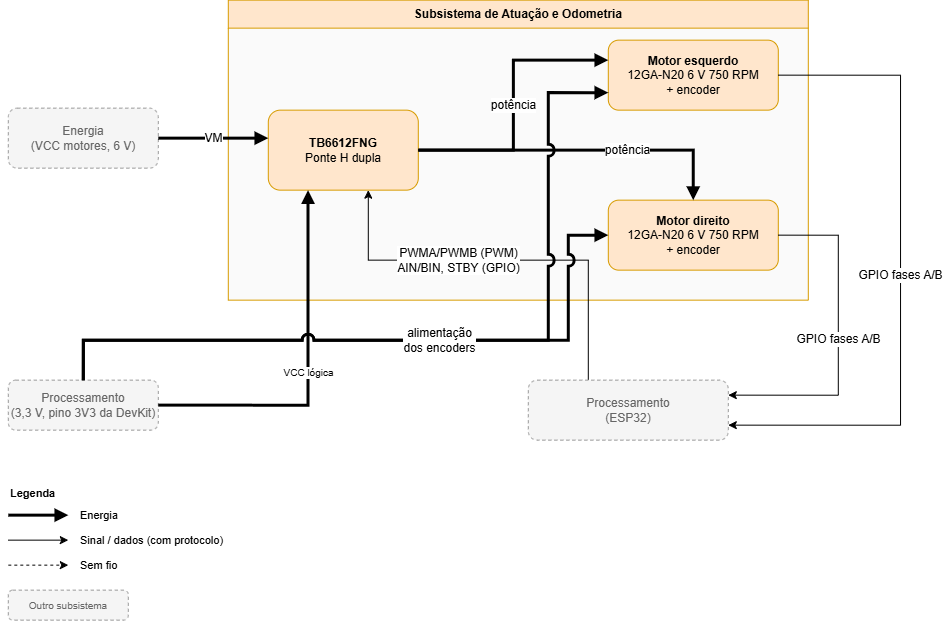
Above: hw/Placa de Integração/Diagrama de blocos/Diagrama de blocos-Atuação e Odometria.drawio.png in fcte-pi1/2026.2_PI1_Grupo2_Hilmer (draw.io), before the change. Source tidied: cells renumbered, new cells last; positions are measured from the earlier drawing's top-left corner, leaving out a move shared by most shapes.
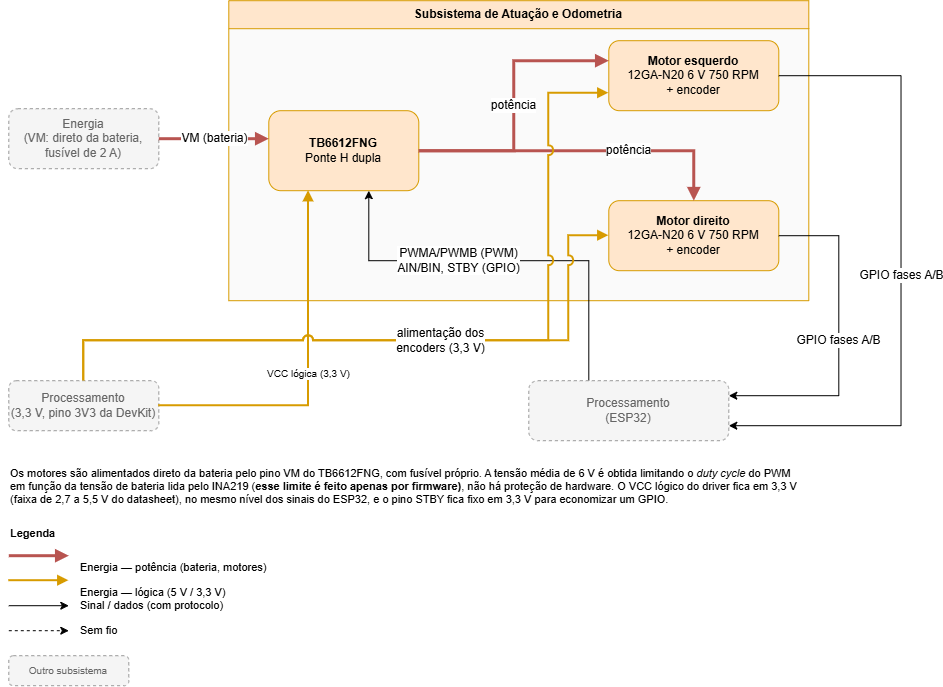
The same file after the commit.

Commit message:
[Hardware] Atualiza diagrama de blocos e projeto conceitual para a arquitetura de alimentação definida

What changed in the source:
```diff
@@ -23,7 +23,7 @@
         </Array>
       </mxGeometry>
     </mxCell>
-    <mxCell id="7" value="Energia&lt;br&gt;(VCC motores, 6 V)" style="rounded=1;whiteSpace=wrap;html=1;fillColor=#f5f5f5;strokeColor=#999999;dashed=1;fontColor=#666666;" parent="1" vertex="1">
+    <mxCell id="7" value="Energia&lt;br&gt;(VM: direto da bateria,&lt;br&gt;fusível de 2 A)" style="rounded=1;whiteSpace=wrap;html=1;fillColor=#f5f5f5;strokeColor=#999999;dashed=1;fontColor=#666666;" parent="1" vertex="1">
       <mxGeometry y="108" width="150" height="60" as="geometry" />
     </mxCell>
     <mxCell id="8" value="Processamento&lt;br&gt;(3,3 V, pino 3V3 da DevKit)" style="rounded=1;whiteSpace=wrap;html=1;fillColor=#f5f5f5;strokeColor=#999999;dashed=1;fontColor=#666666;" parent="1" vertex="1">
@@ -32,10 +32,10 @@
     <mxCell id="9" value="Processamento&lt;br&gt;(ESP32)" style="rounded=1;whiteSpace=wrap;html=1;fillColor=#f5f5f5;strokeColor=#999999;dashed=1;fontColor=#666666;" parent="1" vertex="1">
       <mxGeometry x="520" y="380" width="200" height="60" as="geometry" />
     </mxCell>
-    <mxCell id="10" value="&lt;font style=&quot;font-size: 12px;&quot;&gt;VM&lt;/font&gt;" style="edgeStyle=orthogonalEdgeStyle;rounded=0;jettySize=auto;html=1;labelBackgroundColor=#FFFFFF;fontSize=10;strokeWidth=3;endArrow=block;endFill=1;exitX=1;exitY=0.5;exitDx=0;exitDy=0;entryX=0;entryY=0.35;entryDx=0;entryDy=0;" parent="1" edge="1" source="7" target="3">
+    <mxCell id="10" value="&lt;font style=&quot;font-size: 12px;&quot;&gt;VM (bateria)&lt;/font&gt;" style="edgeStyle=orthogonalEdgeStyle;rounded=0;jettySize=auto;html=1;labelBackgroundColor=#FFFFFF;fontSize=10;strokeWidth=3;strokeColor=#B85450;endArrow=block;endFill=1;exitX=1;exitY=0.5;exitDx=0;exitDy=0;entryX=0;entryY=0.35;entryDx=0;entryDy=0;" parent="1" edge="1" source="7" target="3">
       <mxGeometry relative="1" as="geometry" />
     </mxCell>
-    <mxCell id="11" value="VCC lógica" style="edgeStyle=orthogonalEdgeStyle;rounded=0;jettySize=auto;html=1;labelBackgroundColor=#FFFFFF;fontSize=10;strokeWidth=3;endArrow=block;endFill=1;exitX=1;exitY=0.5;exitDx=0;exitDy=0;" parent="1" edge="1" source="8">
+    <mxCell id="11" value="VCC lógica (3,3 V)" style="edgeStyle=orthogonalEdgeStyle;rounded=0;jettySize=auto;html=1;labelBackgroundColor=#FFFFFF;fontSize=10;strokeWidth=2;strokeColor=#D79B00;endArrow=block;endFill=1;exitX=1;exitY=0.5;exitDx=0;exitDy=0;" parent="1" edge="1" source="8">
       <mxGeometry relative="1" as="geometry">
         <mxPoint x="299.8" y="190" as="targetPoint" />
         <Array as="points">
@@ -43,7 +43,7 @@
         </Array>
       </mxGeometry>
     </mxCell>
-    <mxCell id="12" value="&lt;font style=&quot;font-size: 12px;&quot;&gt;potência&lt;/font&gt;" style="edgeStyle=orthogonalEdgeStyle;rounded=0;jettySize=auto;html=1;labelBackgroundColor=#FFFFFF;fontSize=10;strokeWidth=3;endArrow=block;endFill=1;" parent="1" edge="1" source="3" target="4">
+    <mxCell id="12" value="&lt;font style=&quot;font-size: 12px;&quot;&gt;potência&lt;/font&gt;" style="edgeStyle=orthogonalEdgeStyle;rounded=0;jettySize=auto;html=1;labelBackgroundColor=#FFFFFF;fontSize=10;strokeWidth=3;strokeColor=#B85450;endArrow=block;endFill=1;" parent="1" edge="1" source="3" target="4">
       <mxGeometry relative="1" as="geometry">
         <Array as="points">
           <mxPoint x="505" y="150" />
@@ -51,10 +51,10 @@
         </Array>
       </mxGeometry>
     </mxCell>
-    <mxCell id="13" value="&lt;font style=&quot;font-size: 12px;&quot;&gt;potência&lt;/font&gt;" style="edgeStyle=orthogonalEdgeStyle;rounded=0;jettySize=auto;html=1;labelBackgroundColor=#FFFFFF;fontSize=10;strokeWidth=3;endArrow=block;endFill=1;" parent="1" edge="1" source="3" target="5">
+    <mxCell id="13" value="&lt;font style=&quot;font-size: 12px;&quot;&gt;potência&lt;/font&gt;" style="edgeStyle=orthogonalEdgeStyle;rounded=0;jettySize=auto;html=1;labelBackgroundColor=#FFFFFF;fontSize=10;strokeWidth=3;strokeColor=#B85450;endArrow=block;endFill=1;" parent="1" edge="1" source="3" target="5">
       <mxGeometry x="0.29" relative="1" as="geometry" />
     </mxCell>
-    <mxCell id="14" style="edgeStyle=orthogonalEdgeStyle;rounded=0;jettySize=auto;html=1;labelBackgroundColor=#FFFFFF;fontSize=10;strokeWidth=3;endArrow=block;endFill=1;exitX=0.5;exitY=0;exitDx=0;exitDy=0;entryX=0;entryY=0.5;entryDx=0;entryDy=0;jumpStyle=arc;jumpSize=8;" parent="1" edge="1" source="8" target="5">
+    <mxCell id="14" style="edgeStyle=orthogonalEdgeStyle;rounded=0;jettySize=auto;html=1;labelBackgroundColor=#FFFFFF;fontSize=10;strokeWidth=2;strokeColor=#D79B00;endArrow=block;endFill=1;exitX=0.5;exitY=0;exitDx=0;exitDy=0;entryX=0;entryY=0.5;entryDx=0;entryDy=0;jumpStyle=arc;jumpSize=8;" parent="1" edge="1" source="8" target="5">
       <mxGeometry relative="1" as="geometry">
         <Array as="points">
           <mxPoint x="75" y="340" />
@@ -80,39 +80,39 @@
       </mxGeometry>
     </mxCell>
     <mxCell id="17" value="&lt;b&gt;Legenda&lt;/b&gt;" style="text;html=1;align=left;verticalAlign=top;whiteSpace=wrap;fontSize=11;" parent="1" vertex="1">
-      <mxGeometry y="480" width="200" height="20" as="geometry" />
+      <mxGeometry y="520" width="200" height="20" as="geometry" />
     </mxCell>
-    <mxCell id="18" style="edgeStyle=orthogonalEdgeStyle;rounded=0;orthogonalLoop=1;jettySize=auto;html=1;labelBackgroundColor=#FFFFFF;fontSize=10;strokeWidth=3;endArrow=block;endFill=1;" parent="1" edge="1">
+    <mxCell id="18" style="edgeStyle=orthogonalEdgeStyle;rounded=0;orthogonalLoop=1;jettySize=auto;html=1;labelBackgroundColor=#FFFFFF;fontSize=10;strokeWidth=3;strokeColor=#B85450;endArrow=block;endFill=1;" parent="1" edge="1">
       <mxGeometry relative="1" as="geometry">
-        <mxPoint y="515" as="sourcePoint" />
-        <mxPoint x="60" y="515" as="targetPoint" />
+        <mxPoint y="555" as="sourcePoint" />
+        <mxPoint x="60" y="555" as="targetPoint" />
       </mxGeometry>
     </mxCell>
-    <mxCell id="19" value="Energia" style="text;html=1;align=left;verticalAlign=top;whiteSpace=wrap;fontSize=11;verticalAlign=middle;" parent="1" vertex="1">
-      <mxGeometry x="70" y="505" width="200" height="20" as="geometry" />
+    <mxCell id="19" value="Energia — potência (bateria, motores)" style="text;html=1;align=left;verticalAlign=top;whiteSpace=wrap;fontSize=11;verticalAlign=middle;" parent="1" vertex="1">
+      <mxGeometry x="70" y="557" width="240" height="20" as="geometry" />
     </mxCell>
     <mxCell id="20" style="edgeStyle=orthogonalEdgeStyle;rounded=0;orthogonalLoop=1;jettySize=auto;html=1;labelBackgroundColor=#FFFFFF;fontSize=10;strokeWidth=1;endArrow=classic;endFill=1;" parent="1" edge="1">
       <mxGeometry relative="1" as="geometry">
-        <mxPoint y="540" as="sourcePoint" />
-        <mxPoint x="60" y="540" as="targetPoint" />
+        <mxPoint y="605" as="sourcePoint" />
+        <mxPoint x="60" y="605" as="targetPoint" />
       </mxGeometry>
     </mxCell>
     <mxCell id="21" value="Sinal / dados (com protocolo)" style="text;html=1;align=left;verticalAlign=top;whiteSpace=wrap;fontSize=11;verticalAlign=middle;" parent="1" vertex="1">
-      <mxGeometry x="70" y="530" width="200" height="20" as="geometry" />
+      <mxGeometry x="70" y="595" width="200" height="20" as="geometry" />
     </mxCell>
     <mxCell id="22" style="edgeStyle=orthogonalEdgeStyle;rounded=0;orthogonalLoop=1;jettySize=auto;html=1;labelBackgroundColor=#FFFFFF;fontSize=10;strokeWidth=1;endArrow=classic;endFill=1;dashed=1;" parent="1" edge="1">
       <mxGeometry relative="1" as="geometry">
-        <mxPoint y="565" as="sourcePoint" />
-        <mxPoint x="60" y="565" as="targetPoint" />
+        <mxPoint y="630" as="sourcePoint" />
+        <mxPoint x="60" y="630" as="targetPoint" />
       </mxGeometry>
     </mxCell>
     <mxCell id="23" value="Sem fio" style="text;html=1;align=left;verticalAlign=top;whiteSpace=wrap;fontSize=11;verticalAlign=middle;" parent="1" vertex="1">
-      <mxGeometry x="70" y="555" width="200" height="20" as="geometry" />
+      <mxGeometry x="70" y="620" width="200" height="20" as="geometry" />
     </mxCell>
     <mxCell id="24" value="Outro subsistema" style="rounded=1;whiteSpace=wrap;html=1;fillColor=#f5f5f5;strokeColor=#999999;dashed=1;fontColor=#666666;fontSize=10;" parent="1" vertex="1">
-      <mxGeometry y="590" width="120" height="30" as="geometry" />
+      <mxGeometry y="655" width="120" height="30" as="geometry" />
     </mxCell>
-    <mxCell id="25" value="&lt;font style=&quot;font-size: 12px; background-color: light-dark(rgb(255, 255, 255), rgb(18, 18, 18));&quot;&gt;alimentação&lt;br&gt;dos encoders&lt;/font&gt;" style="edgeStyle=orthogonalEdgeStyle;rounded=0;jettySize=auto;html=1;labelBackgroundColor=#FFFFFF;fontSize=10;strokeWidth=3;endArrow=block;endFill=1;exitX=0.5;exitY=0;exitDx=0;exitDy=0;entryX=0;entryY=0.75;entryDx=0;entryDy=0;jumpStyle=arc;jumpSize=8;" parent="1" edge="1" source="8" target="4">
+    <mxCell id="25" value="&lt;font style=&quot;font-size: 12px; background-color: light-dark(rgb(255, 255, 255), rgb(18, 18, 18));&quot;&gt;alimentação dos&lt;br&gt;encoders (3,3 V)&lt;/font&gt;" style="edgeStyle=orthogonalEdgeStyle;rounded=0;jettySize=auto;html=1;labelBackgroundColor=#FFFFFF;fontSize=10;strokeWidth=2;strokeColor=#D79B00;endArrow=block;endFill=1;exitX=0.5;exitY=0;exitDx=0;exitDy=0;entryX=0;entryY=0.75;entryDx=0;entryDy=0;jumpStyle=arc;jumpSize=8;" parent="1" edge="1" source="8" target="4">
       <mxGeometry x="-0.02" relative="1" as="geometry">
         <Array as="points">
           <mxPoint x="75" y="340" />
@@ -121,5 +121,17 @@
         </Array>
       </mxGeometry>
     </mxCell>
+    <mxCell id="26" value="Os motores são alimentados direto da bateria pelo pino VM do TB6612FNG, com fusível próprio. A tensão média de 6 V é obtida limitando o &lt;i&gt;duty cycle&lt;/i&gt; do PWM em função da tensão de bateria lida pelo INA219 (&lt;b&gt;esse limite é feito apenas por firmware)&lt;/b&gt;, não há proteção de hardware. O VCC lógico do driver fica em 3,3 V (faixa de 2,7 a 5,5 V do datasheet), no mesmo nível dos sinais do ESP32, e o pino STBY fica fixo em 3,3 V para economizar um GPIO." style="text;html=1;align=left;verticalAlign=top;whiteSpace=wrap;fontSize=11;" parent="1" vertex="1">
+      <mxGeometry y="460" width="800" height="60" as="geometry" />
+    </mxCell>
+    <mxCell id="27" style="edgeStyle=orthogonalEdgeStyle;rounded=0;orthogonalLoop=1;jettySize=auto;html=1;labelBackgroundColor=#FFFFFF;fontSize=10;strokeWidth=2;strokeColor=#D79B00;endArrow=block;endFill=1;" parent="1" edge="1">
+      <mxGeometry relative="1" as="geometry">
+        <mxPoint y="580" as="sourcePoint" />
+        <mxPoint x="60" y="580" as="targetPoint" />
+      </mxGeometry>
+    </mxCell>
+    <mxCell id="28" value="Energia — lógica (5 V / 3,3 V)" style="text;html=1;align=left;verticalAlign=top;whiteSpace=wrap;fontSize=11;verticalAlign=middle;" parent="1" vertex="1">
+      <mxGeometry x="70" y="582" width="240" height="20" as="geometry" />
+    </mxCell>
   </root>
 </mxGraphModel>
```
